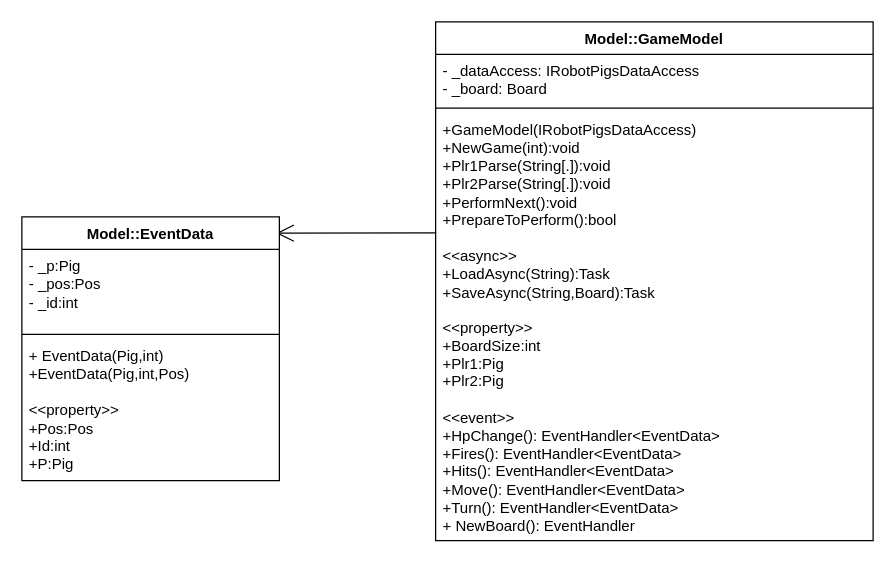
Before: DOKUMENTÁCIÓ/modeluml.drawio in Reun85/esemenyvezbeadando, a draw.io diagram. Source tidied: cells renumbered, new cells numbered last; positions are measured from the earlier drawing's top-left corner, leaving out a move shared by most shapes. Both pictures are drawn from the tidied source at 125%, with x=0, y=0 at pixel (21, 21).
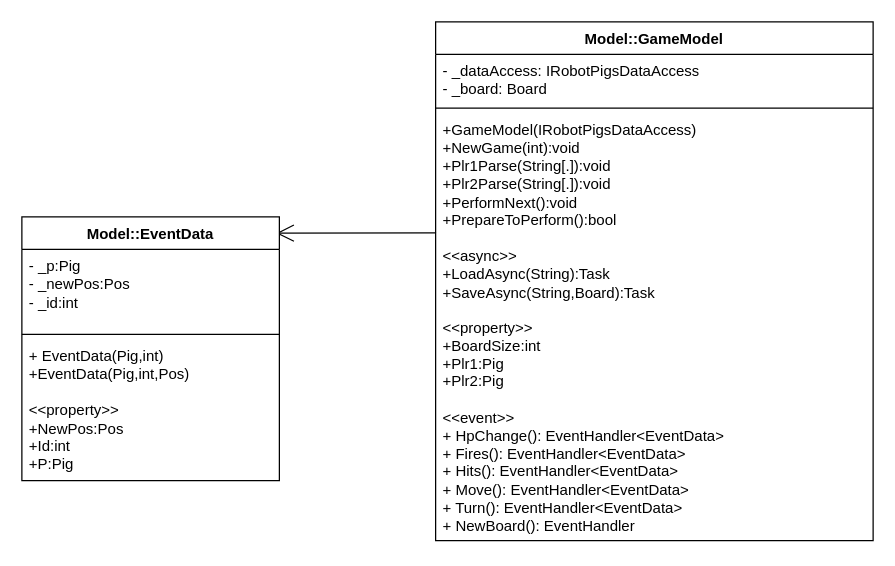
The same page after the edit.

Diff of the diagram source:
```diff
@@
 <mxGraphModel>
   <root>
     <mxCell id="0" />
     <mxCell id="1" parent="0" />
     <mxCell id="2" value="Model::GameModel" style="swimlane;fontStyle=1;align=center;verticalAlign=top;horizontal=1;startSize=26;whiteSpace=wrap;html=1;" parent="1" vertex="1">
       <mxGeometry x="331" width="350" height="415" as="geometry" />
     </mxCell>
     <mxCell id="3" value="&lt;div&gt;- _dataAccess: IRobotPigsDataAccess&lt;/div&gt;&lt;div&gt;- _board: Board&lt;/div&gt;&lt;div&gt;&lt;br&gt;&lt;/div&gt;" style="text;strokeColor=none;fillColor=none;align=left;verticalAlign=top;spacingLeft=4;spacingRight=4;overflow=hidden;whiteSpace=wrap;html=1;" parent="2" vertex="1">
       <mxGeometry y="26" width="350" height="39" as="geometry" />
     </mxCell>
     <mxCell id="4" style="line;strokeWidth=1;fillColor=none;align=left;verticalAlign=middle;spacingTop=-1;spacingLeft=3;spacingRight=3;labelPosition=right;strokeColor=inherit;" parent="2" vertex="1">
       <mxGeometry y="65" width="350" height="8" as="geometry" />
     </mxCell>
-    <mxCell id="5" value="&lt;div&gt;+GameModel(IRobotPigsDataAccess)&lt;/div&gt;&lt;div&gt;+NewGame(int):void&lt;/div&gt;&lt;div&gt;+Plr1Parse(String[.]):void&lt;/div&gt;&lt;div&gt;+Plr2Parse(String[.]):void&lt;/div&gt;&lt;div&gt;+PerformNext():void&lt;/div&gt;&lt;div&gt;+PrepareToPerform():bool&lt;/div&gt;&lt;div&gt;&lt;br&gt;&lt;/div&gt;&lt;div&gt;&amp;lt;&amp;lt;async&amp;gt;&amp;gt;&lt;/div&gt;&lt;div&gt;&lt;div&gt;+LoadAsync(String):Task&lt;/div&gt;+SaveAsync(String,Board):Task&lt;/div&gt;&lt;div&gt;&lt;br&gt;&lt;/div&gt;&lt;div&gt;&amp;lt;&amp;lt;property&amp;gt;&amp;gt;&lt;/div&gt;&lt;div&gt;+BoardSize:int&lt;/div&gt;&lt;div&gt;+Plr1:Pig&lt;/div&gt;&lt;div&gt;+Plr2:Pig&lt;/div&gt;&lt;div&gt;&lt;br&gt;&lt;/div&gt;&lt;div&gt;&amp;lt;&amp;lt;event&amp;gt;&amp;gt;&lt;/div&gt;&lt;div&gt;+HpChange(): EventHandler&amp;lt;EventData&amp;gt;&lt;/div&gt;&lt;div&gt;+Fires(): EventHandler&amp;lt;EventData&amp;gt;&lt;/div&gt;&lt;div&gt;+Hits(): EventHandler&amp;lt;EventData&amp;gt;&lt;/div&gt;&lt;div&gt;+Move(): EventHandler&amp;lt;EventData&amp;gt;&lt;/div&gt;&lt;div&gt;+Turn(): EventHandler&amp;lt;EventData&amp;gt;&lt;/div&gt;&lt;div&gt;+ NewBoard(): EventHandler&lt;br&gt;&lt;/div&gt;" style="text;strokeColor=none;fillColor=none;align=left;verticalAlign=top;spacingLeft=4;spacingRight=4;overflow=hidden;points=[[0,0.5],[1,0.5]];portConstraint=eastwest;whiteSpace=wrap;html=1;" parent="2" vertex="1">
+    <mxCell id="5" value="&lt;div&gt;+GameModel(IRobotPigsDataAccess)&lt;/div&gt;&lt;div&gt;+NewGame(int):void&lt;/div&gt;&lt;div&gt;+Plr1Parse(String[.]):void&lt;/div&gt;&lt;div&gt;+Plr2Parse(String[.]):void&lt;/div&gt;&lt;div&gt;+PerformNext():void&lt;/div&gt;&lt;div&gt;+PrepareToPerform():bool&lt;/div&gt;&lt;div&gt;&lt;br&gt;&lt;/div&gt;&lt;div&gt;&amp;lt;&amp;lt;async&amp;gt;&amp;gt;&lt;/div&gt;&lt;div&gt;&lt;div&gt;+LoadAsync(String):Task&lt;/div&gt;+SaveAsync(String,Board):Task&lt;/div&gt;&lt;div&gt;&lt;br&gt;&lt;/div&gt;&lt;div&gt;&amp;lt;&amp;lt;property&amp;gt;&amp;gt;&lt;/div&gt;&lt;div&gt;+BoardSize:int&lt;/div&gt;&lt;div&gt;+Plr1:Pig&lt;/div&gt;&lt;div&gt;+Plr2:Pig&lt;/div&gt;&lt;div&gt;&lt;br&gt;&lt;/div&gt;&lt;div&gt;&amp;lt;&amp;lt;event&amp;gt;&amp;gt;&lt;/div&gt;&lt;div&gt;+ HpChange(): EventHandler&amp;lt;EventData&amp;gt;&lt;/div&gt;&lt;div&gt;+ Fires(): EventHandler&amp;lt;EventData&amp;gt;&lt;/div&gt;&lt;div&gt;+ Hits(): EventHandler&amp;lt;EventData&amp;gt;&lt;/div&gt;&lt;div&gt;+ Move(): EventHandler&amp;lt;EventData&amp;gt;&lt;/div&gt;&lt;div&gt;+ Turn(): EventHandler&amp;lt;EventData&amp;gt;&lt;/div&gt;&lt;div&gt;+ NewBoard(): EventHandler&lt;/div&gt;" style="text;strokeColor=none;fillColor=none;align=left;verticalAlign=top;spacingLeft=4;spacingRight=4;overflow=hidden;points=[[0,0.5],[1,0.5]];portConstraint=eastwest;whiteSpace=wrap;html=1;" parent="2" vertex="1">
       <mxGeometry y="73" width="350" height="342" as="geometry" />
     </mxCell>
     <mxCell id="6" style="endArrow=open;endFill=1;endSize=12;html=1;rounded=0;exitX=0.001;exitY=0.28;exitDx=0;exitDy=0;exitPerimeter=0;entryX=0.988;entryY=0.062;entryDx=0;entryDy=0;entryPerimeter=0;" parent="1" edge="1" source="5" target="7">
       <mxGeometry relative="1" as="geometry" />
     </mxCell>
     <mxCell id="7" value="Model::EventData" style="swimlane;fontStyle=1;align=center;verticalAlign=top;horizontal=1;startSize=26;whiteSpace=wrap;html=1;" parent="1" vertex="1">
       <mxGeometry y="156" width="206" height="211" as="geometry" />
     </mxCell>
-    <mxCell id="8" value="&lt;div&gt;- _p:Pig&lt;/div&gt;&lt;div&gt;- _pos:Pos&lt;/div&gt;&lt;div&gt;- _id:int&lt;/div&gt;&lt;div&gt;&lt;br&gt;&lt;/div&gt;" style="text;strokeColor=none;fillColor=none;align=left;verticalAlign=top;spacingLeft=4;spacingRight=4;overflow=hidden;whiteSpace=wrap;html=1;" parent="7" vertex="1">
+    <mxCell id="8" value="&lt;div&gt;- _p:Pig&lt;/div&gt;&lt;div&gt;- _newPos:Pos&lt;/div&gt;&lt;div&gt;- _id:int&lt;/div&gt;&lt;div&gt;&lt;br&gt;&lt;/div&gt;" style="text;strokeColor=none;fillColor=none;align=left;verticalAlign=top;spacingLeft=4;spacingRight=4;overflow=hidden;whiteSpace=wrap;html=1;" parent="7" vertex="1">
       <mxGeometry y="26" width="206" height="64" as="geometry" />
     </mxCell>
     <mxCell id="9" style="line;strokeWidth=1;fillColor=none;align=left;verticalAlign=middle;spacingTop=-1;spacingLeft=3;spacingRight=3;labelPosition=right;strokeColor=inherit;" parent="7" vertex="1">
       <mxGeometry y="90" width="206" height="8" as="geometry" />
     </mxCell>
-    <mxCell id="10" value="&lt;div&gt;+ EventData(Pig,int)&lt;/div&gt;&lt;div&gt;+EventData(Pig,int,Pos)&lt;/div&gt;&lt;div&gt;&lt;br&gt;&lt;/div&gt;&lt;div&gt;&amp;lt;&amp;lt;property&amp;gt;&amp;gt;&lt;/div&gt;&lt;div&gt;+Pos:Pos&lt;/div&gt;&lt;div&gt;+Id:int&lt;/div&gt;&lt;div&gt;+P:Pig&lt;br&gt;&lt;/div&gt;" style="text;strokeColor=none;fillColor=none;align=left;verticalAlign=top;spacingLeft=4;spacingRight=4;overflow=hidden;whiteSpace=wrap;html=1;" parent="7" vertex="1">
+    <mxCell id="10" value="&lt;div&gt;+ EventData(Pig,int)&lt;/div&gt;&lt;div&gt;+EventData(Pig,int,Pos)&lt;/div&gt;&lt;div&gt;&lt;br&gt;&lt;/div&gt;&lt;div&gt;&amp;lt;&amp;lt;property&amp;gt;&amp;gt;&lt;/div&gt;&lt;div&gt;+NewPos:Pos&lt;/div&gt;&lt;div&gt;+Id:int&lt;/div&gt;&lt;div&gt;+P:Pig&lt;br&gt;&lt;/div&gt;" style="text;strokeColor=none;fillColor=none;align=left;verticalAlign=top;spacingLeft=4;spacingRight=4;overflow=hidden;whiteSpace=wrap;html=1;" parent="7" vertex="1">
       <mxGeometry y="98" width="206" height="113" as="geometry" />
     </mxCell>
   </root>
 </mxGraphModel>
```
